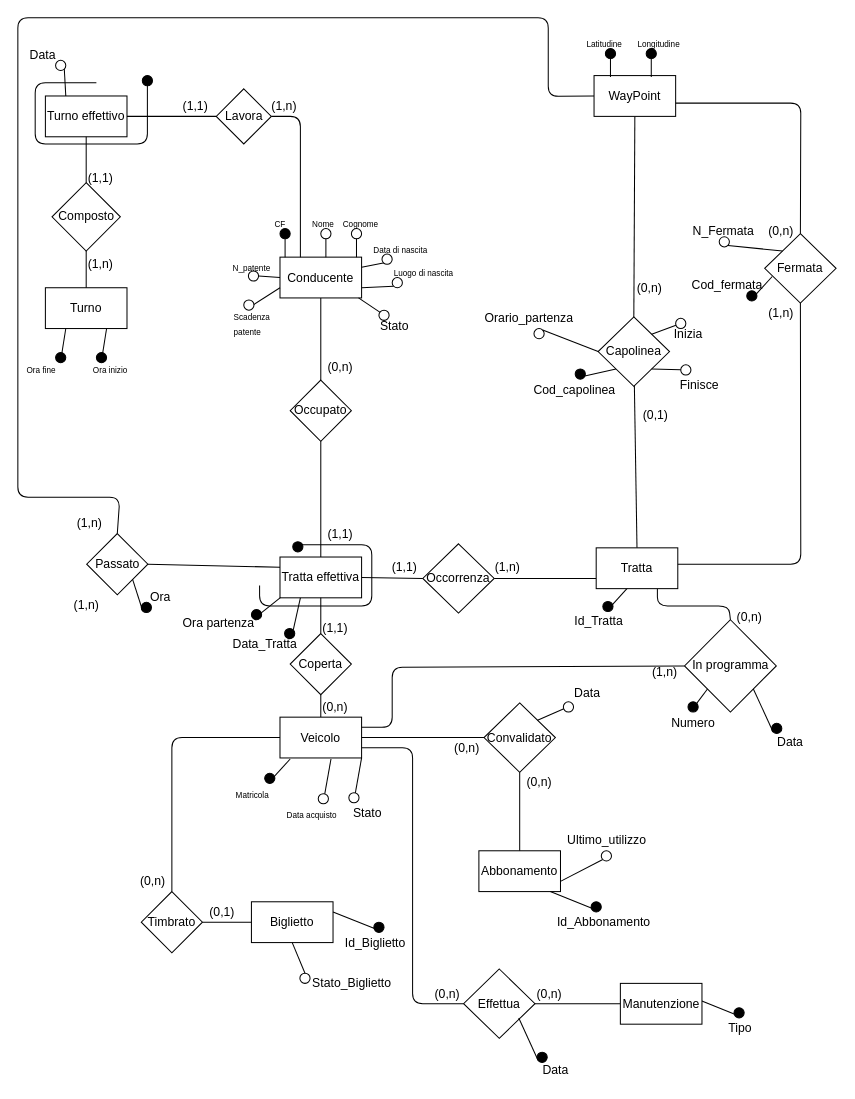
Earlier version of the draw.io diagram Secondo ER ottimizzato.drawio (Ivan-Palm/Progetto-Basi-di-Dati). Source tidied: cells renumbered, new cells numbered last; positions are measured from the earlier drawing's top-left corner, leaving out a move shared by most shapes. Both pictures are drawn from the tidied source at 102%, with x=0, y=0 at pixel (17, 17).
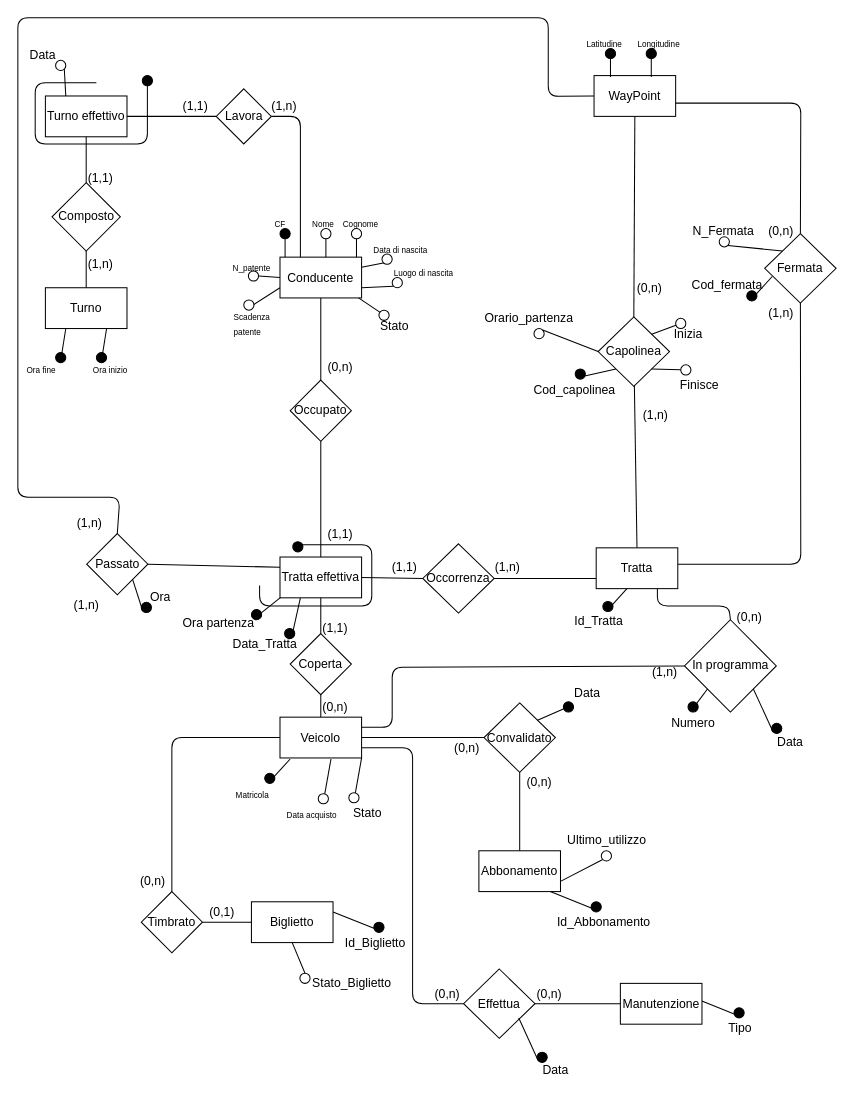
The same page after the edit.

The edit, as a diff of the source:
```diff
@@
-    <mxCell id="95" style="ellipse;whiteSpace=wrap;html=1;fillColor=#FFFFFF;" parent="1" vertex="1">
+    <mxCell id="95" style="ellipse;whiteSpace=wrap;html=1;fillColor=#000000;" parent="1" vertex="1">
       <mxGeometry x="534.8" y="670.6" width="10" height="10" as="geometry" />
     </mxCell>
@@
-    <mxCell id="132" value="(0,1)" style="text;html=1;align=center;verticalAlign=middle;" parent="1" vertex="1">
+    <mxCell id="132" value="(1,n)" style="text;html=1;align=center;verticalAlign=middle;" parent="1" vertex="1">
       <mxGeometry x="604.9" y="380" width="40" height="20" as="geometry" />
     </mxCell>
```
